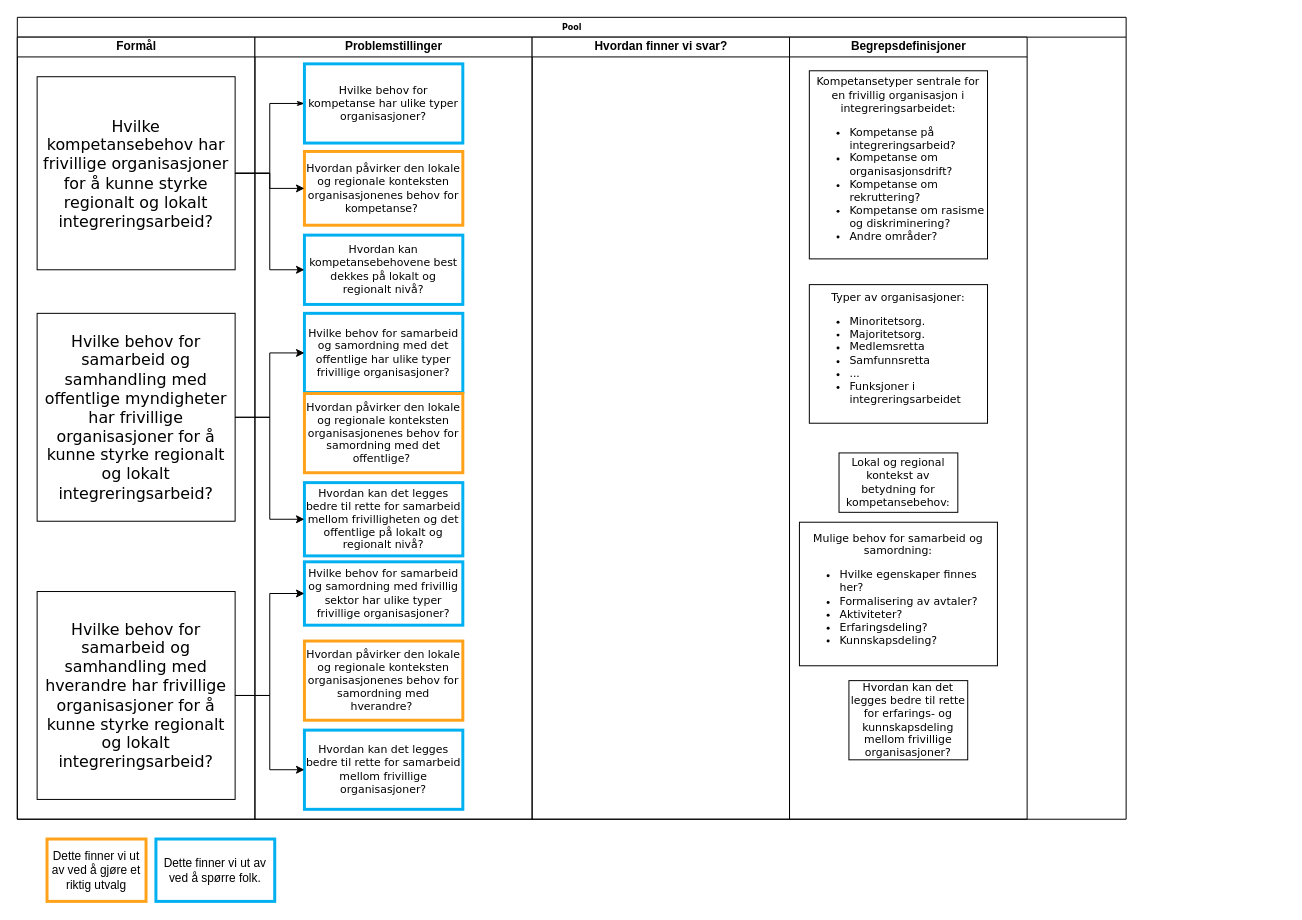
Earlier version of the draw.io diagram KOMPE_problemstillingstre.drawio (gardenberg/drawio_tegninger). Source tidied: cells renumbered, new cells numbered last; positions are measured from the earlier drawing's top-left corner, leaving out a move shared by most shapes. Both pictures are drawn from the tidied source at 99%, with x=0, y=0 at pixel (17, 17).
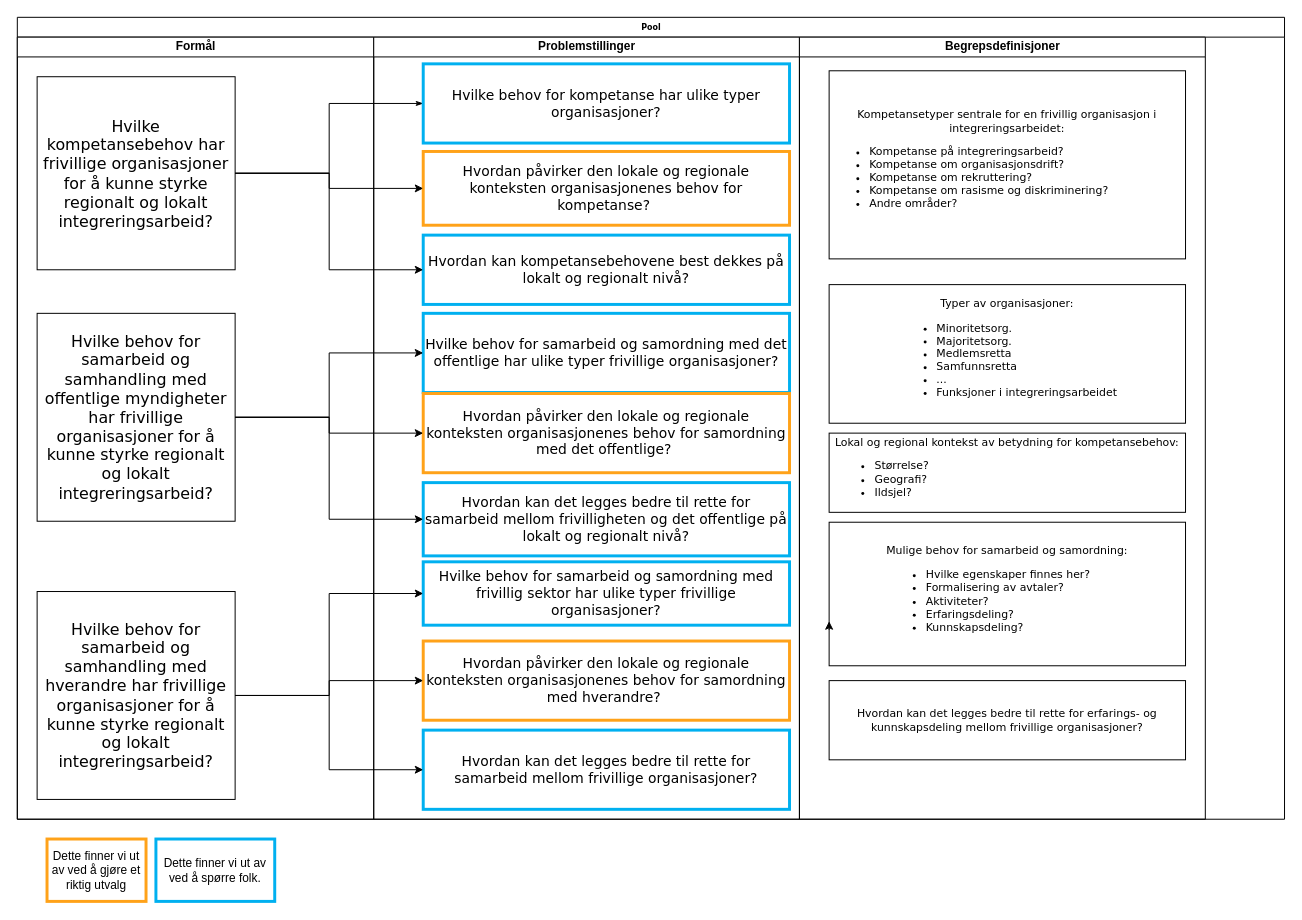
The same page after the edit.

Unchanged cells that the change refers to:
```xml
<mxCell id="5" value="Hvilke behov for samarbeid og samhandling med offentlige myndigheter har frivillige organisasjoner for å kunne styrke regionalt og lokalt integreringsarbeid?" style="rounded=0;whiteSpace=wrap;html=1;shadow=0;labelBackgroundColor=none;strokeWidth=1;fontFamily=Verdana;fontSize=16;align=center;" parent="3" vertex="1">
  <mxGeometry x="20" y="279" width="200" height="210" as="geometry" />
</mxCell>
<mxCell id="6" value="Hvilke behov for samarbeid og samhandling med hverandre har frivillige organisasjoner for å kunne styrke regionalt og lokalt integreringsarbeid?" style="rounded=0;whiteSpace=wrap;html=1;shadow=0;labelBackgroundColor=none;strokeWidth=1;fontFamily=Verdana;fontSize=16;align=center;" parent="3" vertex="1">
  <mxGeometry x="20" y="560" width="200" height="210" as="geometry" />
</mxCell>
```

The edit, as a diff of the source:
```diff
@@
     <mxCell id="2" value="Pool" style="swimlane;html=1;startSize=20;rounded=0;shadow=0;labelBackgroundColor=none;strokeWidth=1;fontFamily=Verdana;fontSize=8;align=center;" parent="1" vertex="1">
-      <mxGeometry width="1120" height="810" as="geometry" />
+      <mxGeometry width="1280" height="810" as="geometry" />
     </mxCell>
     <mxCell id="3" value="Formål" style="swimlane;html=1;startSize=20;rounded=0;" parent="2" vertex="1">
-      <mxGeometry y="20" width="240" height="790" as="geometry" />
+      <mxGeometry y="20" width="360" height="790" as="geometry" />
     </mxCell>
@@
     <mxCell id="8" value="Problemstillinger" style="swimlane;html=1;startSize=20;rounded=0;" parent="2" vertex="1">
-      <mxGeometry x="240" y="20" width="280" height="790" as="geometry" />
+      <mxGeometry x="360" y="20" width="430" height="790" as="geometry" />
     </mxCell>
-    <mxCell id="9" value="Hvilke behov for kompetanse har ulike typer organisasjoner?" style="rounded=0;whiteSpace=wrap;html=1;shadow=0;labelBackgroundColor=none;strokeWidth=3;fontFamily=Verdana;fontSize=11;align=center;strokeColor=#00B0F0;" parent="8" vertex="1">
-      <mxGeometry x="50" y="27" width="160" height="80" as="geometry" />
+    <mxCell id="9" value="Hvilke behov for kompetanse har ulike typer organisasjoner?" style="rounded=0;whiteSpace=wrap;html=1;shadow=0;labelBackgroundColor=none;strokeWidth=3;fontFamily=Verdana;fontSize=14;align=center;strokeColor=#00B0F0;" parent="8" vertex="1">
+      <mxGeometry x="50" y="27" width="370" height="80" as="geometry" />
     </mxCell>
-    <mxCell id="10" value="Hvordan påvirker den lokale og regionale konteksten organisasjonenes behov for kompetanse?&amp;nbsp;" style="rounded=0;whiteSpace=wrap;html=1;shadow=0;labelBackgroundColor=none;strokeWidth=3;fontFamily=Verdana;fontSize=11;align=center;strokeColor=#FFA219;" parent="8" vertex="1">
-      <mxGeometry x="50" y="115.5" width="160" height="74.5" as="geometry" />
+    <mxCell id="10" value="Hvordan påvirker den lokale og regionale konteksten organisasjonenes behov for kompetanse?&amp;nbsp;" style="rounded=0;whiteSpace=wrap;html=1;shadow=0;labelBackgroundColor=none;strokeWidth=3;fontFamily=Verdana;fontSize=14;align=center;strokeColor=#FFA219;" parent="8" vertex="1">
+      <mxGeometry x="50" y="115.5" width="370" height="74.5" as="geometry" />
     </mxCell>
-    <mxCell id="11" value="Hvordan kan kompetansebehovene best dekkes på lokalt og regionalt nivå?" style="rounded=0;whiteSpace=wrap;html=1;shadow=0;labelBackgroundColor=none;strokeWidth=3;fontFamily=Verdana;fontSize=11;align=center;strokeColor=#00B0F0;" parent="8" vertex="1">
-      <mxGeometry x="50" y="200" width="160" height="70" as="geometry" />
+    <mxCell id="11" value="Hvordan kan kompetansebehovene best dekkes på lokalt og regionalt nivå?" style="rounded=0;whiteSpace=wrap;html=1;shadow=0;labelBackgroundColor=none;strokeWidth=3;fontFamily=Verdana;fontSize=14;align=center;strokeColor=#00B0F0;" parent="8" vertex="1">
+      <mxGeometry x="50" y="200" width="370" height="70" as="geometry" />
     </mxCell>
-    <mxCell id="12" value="Hvilke behov for samarbeid og samordning med det offentlige har ulike typer frivillige organisasjoner?" style="rounded=0;whiteSpace=wrap;html=1;shadow=0;labelBackgroundColor=none;strokeWidth=3;fontFamily=Verdana;fontSize=11;align=center;strokeColor=#00B0F0;" parent="8" vertex="1">
-      <mxGeometry x="50" y="279" width="160" height="80" as="geometry" />
+    <mxCell id="12" value="Hvilke behov for samarbeid og samordning med det offentlige har ulike typer frivillige organisasjoner?" style="rounded=0;whiteSpace=wrap;html=1;shadow=0;labelBackgroundColor=none;strokeWidth=3;fontFamily=Verdana;fontSize=14;align=center;strokeColor=#00B0F0;" parent="8" vertex="1">
+      <mxGeometry x="50" y="279" width="370" height="80" as="geometry" />
     </mxCell>
-    <mxCell id="13" value="Hvordan kan det legges bedre til rette for samarbeid mellom frivilligheten og det offentlige på lokalt og regionalt nivå?" style="rounded=0;whiteSpace=wrap;html=1;shadow=0;labelBackgroundColor=none;strokeWidth=3;fontFamily=Verdana;fontSize=11;align=center;strokeColor=#00B0F0;" parent="8" vertex="1">
-      <mxGeometry x="50" y="450" width="160" height="74" as="geometry" />
+    <mxCell id="13" value="Hvordan kan det legges bedre til rette for samarbeid mellom frivilligheten og det offentlige på lokalt og regionalt nivå?" style="rounded=0;whiteSpace=wrap;html=1;shadow=0;labelBackgroundColor=none;strokeWidth=3;fontFamily=Verdana;fontSize=14;align=center;strokeColor=#00B0F0;" parent="8" vertex="1">
+      <mxGeometry x="50" y="450" width="370" height="74" as="geometry" />
     </mxCell>
-    <mxCell id="14" value="Hvordan kan det legges bedre til rette for samarbeid mellom frivillige organisasjoner?" style="rounded=0;whiteSpace=wrap;html=1;shadow=0;labelBackgroundColor=none;strokeWidth=3;fontFamily=Verdana;fontSize=11;align=center;strokeColor=#00B0F0;" parent="8" vertex="1">
-      <mxGeometry x="50" y="700" width="160" height="80" as="geometry" />
+    <mxCell id="14" value="Hvordan kan det legges bedre til rette for samarbeid mellom frivillige organisasjoner?" style="rounded=0;whiteSpace=wrap;html=1;shadow=0;labelBackgroundColor=none;strokeWidth=3;fontFamily=Verdana;fontSize=14;align=center;strokeColor=#00B0F0;" parent="8" vertex="1">
+      <mxGeometry x="50" y="700" width="370" height="80" as="geometry" />
     </mxCell>
-    <mxCell id="15" value="Hvilke behov for samarbeid og samordning med frivillig sektor har ulike typer frivillige organisasjoner?" style="rounded=0;whiteSpace=wrap;html=1;shadow=0;labelBackgroundColor=none;strokeWidth=3;fontFamily=Verdana;fontSize=11;align=center;strokeColor=#00B0F0;" parent="8" vertex="1">
-      <mxGeometry x="50" y="530" width="160" height="64" as="geometry" />
+    <mxCell id="15" value="Hvilke behov for samarbeid og samordning med frivillig sektor har ulike typer frivillige organisasjoner?" style="rounded=0;whiteSpace=wrap;html=1;shadow=0;labelBackgroundColor=none;strokeWidth=3;fontFamily=Verdana;fontSize=14;align=center;strokeColor=#00B0F0;" parent="8" vertex="1">
+      <mxGeometry x="50" y="530" width="370" height="64" as="geometry" />
     </mxCell>
-    <mxCell id="16" value="Hvordan påvirker den lokale og regionale konteksten organisasjonenes behov for samordning med det offentlige?&amp;nbsp;" style="rounded=0;whiteSpace=wrap;html=1;shadow=0;labelBackgroundColor=none;strokeWidth=3;fontFamily=Verdana;fontSize=11;align=center;strokeColor=#FFA219;" parent="8" vertex="1">
-      <mxGeometry x="50" y="360" width="160" height="80" as="geometry" />
+    <mxCell id="16" value="Hvordan påvirker den lokale og regionale konteksten organisasjonenes behov for samordning med det offentlige?&amp;nbsp;" style="rounded=0;whiteSpace=wrap;html=1;shadow=0;labelBackgroundColor=none;strokeWidth=3;fontFamily=Verdana;fontSize=14;align=center;strokeColor=#FFA219;" parent="8" vertex="1">
+      <mxGeometry x="50" y="360" width="370" height="80" as="geometry" />
     </mxCell>
-    <mxCell id="17" value="Hvordan påvirker den lokale og regionale konteksten organisasjonenes behov for samordning med hverandre?&amp;nbsp;" style="rounded=0;whiteSpace=wrap;html=1;shadow=0;labelBackgroundColor=none;strokeWidth=3;fontFamily=Verdana;fontSize=11;align=center;strokeColor=#FFA219;" parent="8" vertex="1">
-      <mxGeometry x="50" y="610" width="160" height="80" as="geometry" />
+    <mxCell id="17" value="Hvordan påvirker den lokale og regionale konteksten organisasjonenes behov for samordning med hverandre?&amp;nbsp;" style="rounded=0;whiteSpace=wrap;html=1;shadow=0;labelBackgroundColor=none;strokeWidth=3;fontFamily=Verdana;fontSize=14;align=center;strokeColor=#FFA219;" parent="8" vertex="1">
+      <mxGeometry x="50" y="610" width="370" height="80" as="geometry" />
     </mxCell>
-    <mxCell id="18" value="Hvordan finner vi svar?" style="swimlane;html=1;startSize=20;rounded=0;" parent="2" vertex="1">
-      <mxGeometry x="520" y="20" width="260" height="790" as="geometry" />
-    </mxCell>
     <mxCell id="19" value="Begrepsdefinisjoner" style="swimlane;html=1;startSize=20;rounded=0;" parent="2" vertex="1">
-      <mxGeometry x="780" y="20" width="240" height="790" as="geometry" />
+      <mxGeometry x="790" y="20" width="410" height="790" as="geometry" />
     </mxCell>
     <mxCell id="20" value="Hvordan kan det legges bedre til rette for erfarings- og kunnskapsdeling mellom frivillige organisasjoner?" style="rounded=0;whiteSpace=wrap;html=1;shadow=0;labelBackgroundColor=none;strokeWidth=1;fontFamily=Verdana;fontSize=11;align=center;" parent="19" vertex="1">
-      <mxGeometry x="60" y="650" width="120" height="80" as="geometry" />
+      <mxGeometry x="30" y="650" width="360" height="80" as="geometry" />
     </mxCell>
     <mxCell id="21" value="Kompetansetyper sentrale for en frivillig organisasjon i integreringsarbeidet:&lt;br&gt;&lt;div&gt;&lt;ul&gt;&lt;li style=&quot;text-align: left&quot;&gt;Kompetanse på integreringsarbeid?&lt;/li&gt;&lt;li style=&quot;text-align: left&quot;&gt;Kompetanse om organisasjonsdrift?&lt;/li&gt;&lt;li style=&quot;text-align: left&quot;&gt;Kompetanse om rekruttering?&lt;/li&gt;&lt;li style=&quot;text-align: left&quot;&gt;Kompetanse om rasisme og diskriminering?&lt;/li&gt;&lt;li style=&quot;text-align: left&quot;&gt;Andre områder?&lt;/li&gt;&lt;/ul&gt;&lt;/div&gt;" style="rounded=0;whiteSpace=wrap;html=1;shadow=0;labelBackgroundColor=none;strokeWidth=1;fontFamily=Verdana;fontSize=11;align=center;" parent="19" vertex="1">
-      <mxGeometry x="20" y="34" width="180" height="190" as="geometry" />
+      <mxGeometry x="30" y="34" width="360" height="190" as="geometry" />
     </mxCell>
     <mxCell id="22" value="Typer av organisasjoner:&lt;br&gt;&lt;ul&gt;&lt;li style=&quot;text-align: left&quot;&gt;Minoritetsorg.&lt;/li&gt;&lt;li style=&quot;text-align: left&quot;&gt;Majoritetsorg.&lt;/li&gt;&lt;li style=&quot;text-align: left&quot;&gt;Medlemsretta&lt;/li&gt;&lt;li style=&quot;text-align: left&quot;&gt;Samfunnsretta&lt;/li&gt;&lt;li style=&quot;text-align: left&quot;&gt;...&lt;/li&gt;&lt;li style=&quot;text-align: left&quot;&gt;Funksjoner i integreringsarbeidet&lt;/li&gt;&lt;/ul&gt;" style="rounded=0;whiteSpace=wrap;html=1;shadow=0;labelBackgroundColor=none;strokeWidth=1;fontFamily=Verdana;fontSize=11;align=center;" parent="19" vertex="1">
-      <mxGeometry x="20" y="250" width="180" height="140" as="geometry" />
+      <mxGeometry x="30" y="250" width="360" height="140" as="geometry" />
     </mxCell>
-    <mxCell id="23" value="Lokal og regional kontekst av betydning for kompetansebehov:" style="whiteSpace=wrap;html=1;fontSize=11;fontFamily=Verdana;rounded=0;shadow=0;labelBackgroundColor=none;strokeWidth=1;" parent="19" vertex="1">
-      <mxGeometry x="50" y="420" width="120" height="60" as="geometry" />
+    <mxCell id="23" value="Lokal og regional kontekst av betydning for kompetansebehov:&lt;br&gt;&lt;ul&gt;&lt;li style=&quot;text-align: left&quot;&gt;Størrelse?&lt;/li&gt;&lt;li style=&quot;text-align: left&quot;&gt;Geografi?&amp;nbsp;&lt;/li&gt;&lt;li style=&quot;text-align: left&quot;&gt;Ildsjel?&lt;/li&gt;&lt;/ul&gt;" style="whiteSpace=wrap;html=1;fontSize=11;fontFamily=Verdana;rounded=0;shadow=0;labelBackgroundColor=none;strokeWidth=1;" parent="19" vertex="1">
+      <mxGeometry x="30" y="400" width="360" height="80" as="geometry" />
     </mxCell>
     <mxCell id="24" value="Mulige behov for samarbeid og samordning:&lt;br&gt;&lt;ul&gt;&lt;li style=&quot;text-align: left&quot;&gt;Hvilke egenskaper finnes her?&lt;/li&gt;&lt;li style=&quot;text-align: left&quot;&gt;Formalisering av avtaler?&lt;/li&gt;&lt;li style=&quot;text-align: left&quot;&gt;Aktiviteter?&lt;/li&gt;&lt;li style=&quot;text-align: left&quot;&gt;Erfaringsdeling?&lt;/li&gt;&lt;li style=&quot;text-align: left&quot;&gt;Kunnskapsdeling?&lt;/li&gt;&lt;/ul&gt;" style="whiteSpace=wrap;html=1;fontSize=11;fontFamily=Verdana;rounded=0;shadow=0;labelBackgroundColor=none;strokeWidth=1;" parent="19" vertex="1">
-      <mxGeometry x="10" y="490" width="200" height="145" as="geometry" />
+      <mxGeometry x="30" y="490" width="360" height="145" as="geometry" />
     </mxCell>
+    <mxCell id="33" style="edgeStyle=orthogonalEdgeStyle;rounded=0;orthogonalLoop=1;jettySize=auto;html=1;exitX=0;exitY=0.75;exitDx=0;exitDy=0;entryX=0;entryY=0.69;entryDx=0;entryDy=0;entryPerimeter=0;fontSize=14;" parent="19" edge="1" source="24" target="24">
+      <mxGeometry relative="1" as="geometry" />
+    </mxCell>
@@
+    <mxCell id="34" style="edgeStyle=orthogonalEdgeStyle;rounded=0;jettySize=auto;html=1;entryX=0;entryY=0.5;entryDx=0;entryDy=0;fontSize=14;" parent="2" edge="1" source="5" target="16">
+      <mxGeometry relative="1" as="geometry" />
+    </mxCell>
+    <mxCell id="35" style="edgeStyle=orthogonalEdgeStyle;rounded=0;jettySize=auto;html=1;fontSize=14;" parent="2" edge="1" source="6" target="17">
+      <mxGeometry relative="1" as="geometry" />
+    </mxCell>
```
